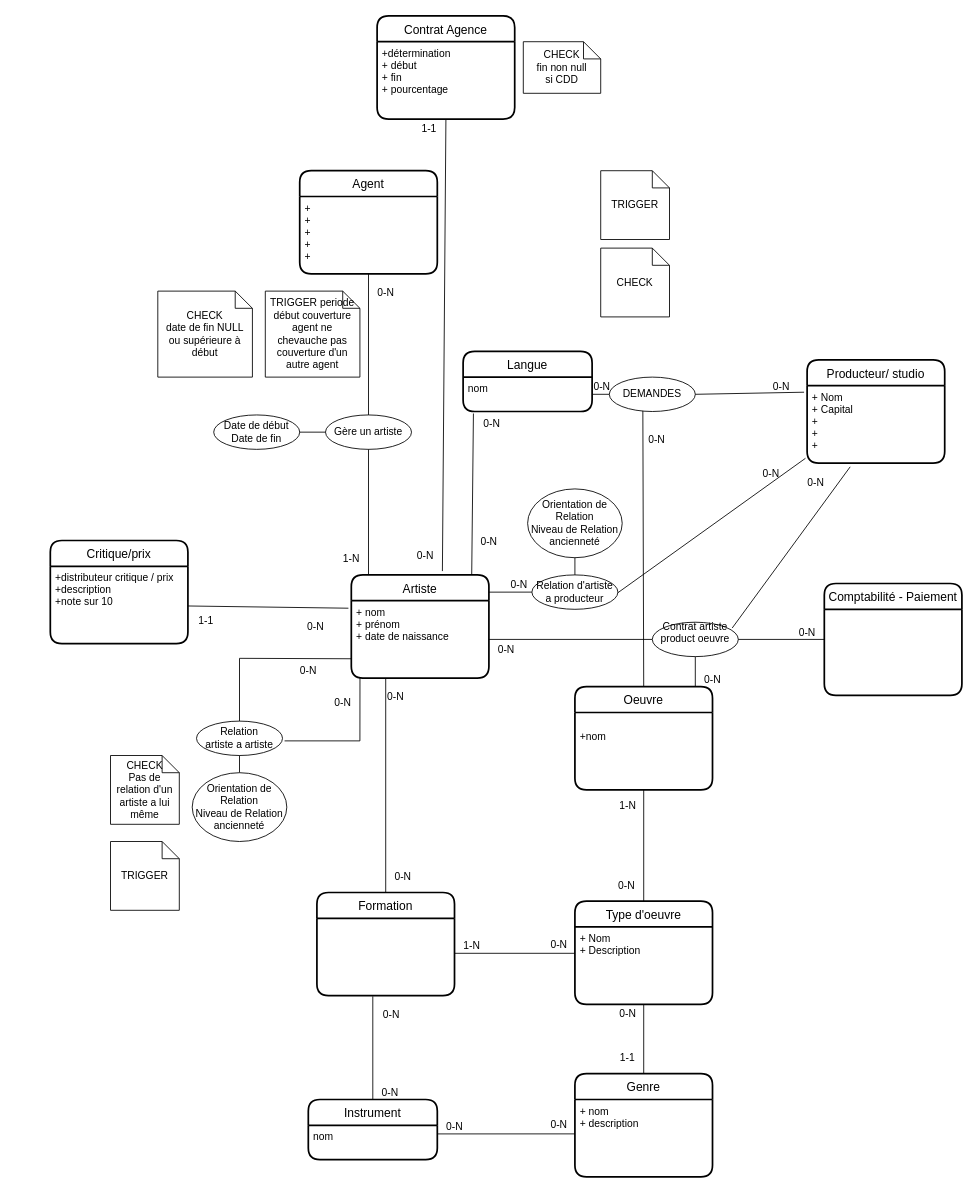
This is modelisation-brouillon.drawio from KevinD-UP/contrartist, a draw.io file, before an edit. Source tidied: cells renumbered, new cells numbered last; positions are measured from the earlier drawing's top-left corner, leaving out a move shared by most shapes. Both pictures are drawn from the tidied source at 86%, with x=0, y=0 at pixel (50, 15).
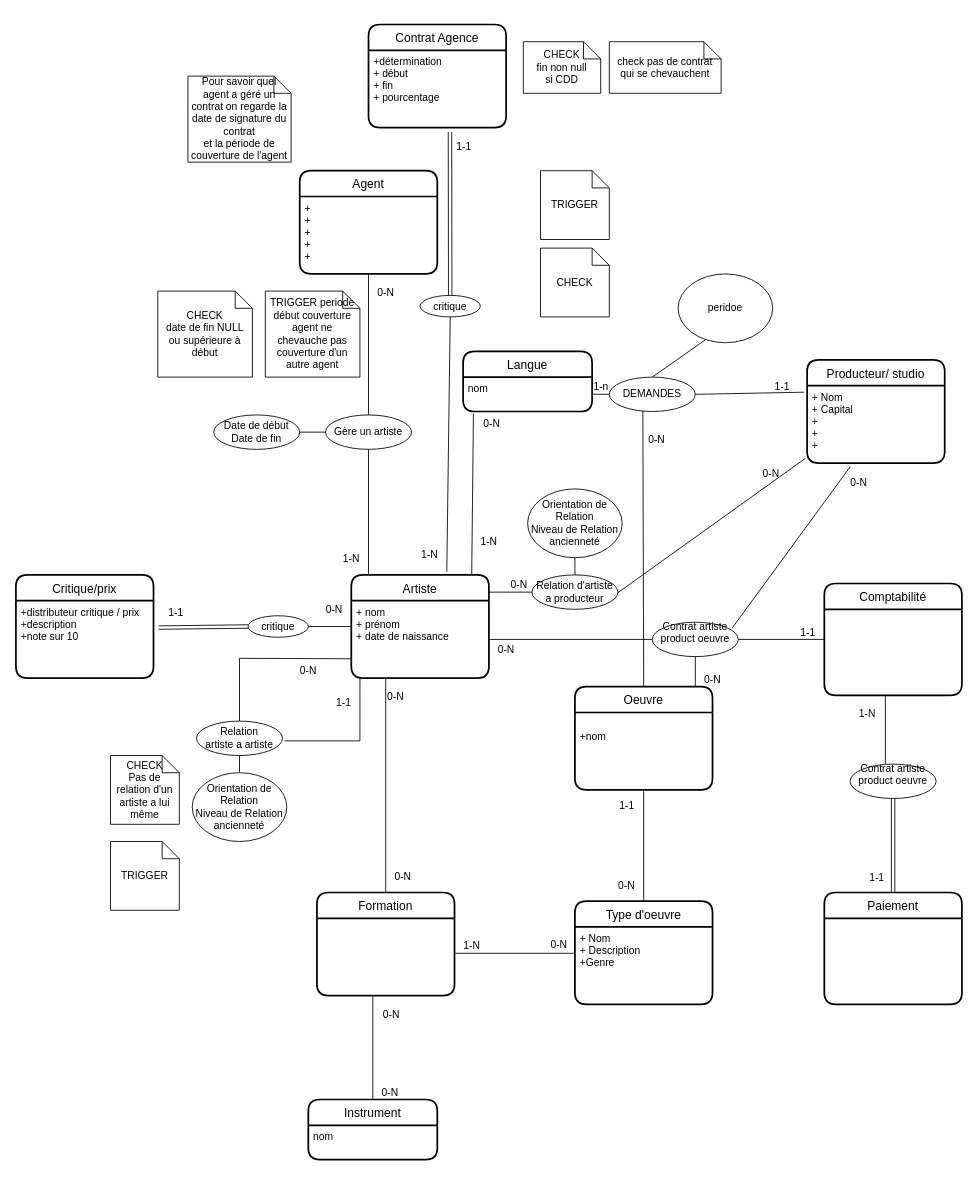
After the change.

Unchanged cells that the change refers to:
```xml
<mxCell id="2" value="Type d'oeuvre" style="swimlane;horizontal=1;startSize=30;rounded=1;fontSize=14;fontStyle=0;strokeWidth=2;shadow=0;dashed=0;align=center;" parent="1" vertex="1">
  <mxGeometry x="610" y="1029.3" width="160" height="120" as="geometry" />
</mxCell>
<mxCell id="9" value="Artiste" style="swimlane;horizontal=1;startSize=30;rounded=1;fontSize=14;fontStyle=0;strokeWidth=2;shadow=0;dashed=0;align=center;" parent="1" vertex="1">
  <mxGeometry x="350" y="650" width="160" height="120" as="geometry" />
</mxCell>
<mxCell id="10" value="+ nom&#10;+ prénom&#10;+ date de naissance&#10;" style="align=left;strokeColor=none;fillColor=none;spacingLeft=4;fontSize=12;verticalAlign=top;" parent="9" vertex="1">
  <mxGeometry y="30" width="160" height="90" as="geometry" />
</mxCell>
<mxCell id="22" style="endArrow=none;html=1;rounded=0;exitX=0.5;exitY=1;exitDx=0;exitDy=0;entryX=0.5;entryY=0;entryDx=0;entryDy=0;" parent="1" edge="1" source="4" target="2">
  <mxGeometry relative="1" as="geometry" />
</mxCell>
<mxCell id="28" value="+distributeur critique / prix&#10;+description  &#10;+note sur 10" style="align=left;strokeColor=none;fillColor=none;spacingLeft=4;fontSize=12;verticalAlign=top;" parent="27" vertex="1">
  <mxGeometry y="30" width="160" height="90" as="geometry" />
</mxCell>
<mxCell id="40" value="nom" style="align=left;strokeColor=none;fillColor=none;spacingLeft=4;fontSize=12;verticalAlign=top;" parent="39" vertex="1">
  <mxGeometry y="30" width="150" height="40" as="geometry" />
</mxCell>
<mxCell id="48" style="endArrow=none;html=1;rounded=0;exitX=0.5;exitY=0;exitDx=0;exitDy=0;entryX=0;entryY=0.75;entryDx=0;entryDy=0;" parent="1" edge="1" source="45" target="10">
  <mxGeometry relative="1" as="geometry">
    <Array as="points">
      <mxPoint x="220" y="747" />
    </Array>
  </mxGeometry>
</mxCell>
<mxCell id="51" value="+détermination&#10;+ début&#10;+ fin&#10;+ pourcentage&#10;" style="align=left;strokeColor=none;fillColor=none;spacingLeft=4;fontSize=12;verticalAlign=top;" parent="50" vertex="1">
  <mxGeometry y="30" width="160" height="90" as="geometry" />
</mxCell>
<mxCell id="59" style="endArrow=none;html=1;rounded=0;entryX=0;entryY=0.5;entryDx=0;entryDy=0;exitX=1;exitY=0.5;exitDx=0;exitDy=0;" parent="1" edge="1" source="55" target="44">
  <mxGeometry relative="1" as="geometry" />
</mxCell>
<mxCell id="61" value="DEMANDES" style="ellipse;whiteSpace=wrap;html=1;align=center;" parent="1" vertex="1">
  <mxGeometry x="650" y="420" width="100" height="40" as="geometry" />
</mxCell>
<mxCell id="62" style="endArrow=none;html=1;rounded=0;exitX=-0.022;exitY=0.084;exitDx=0;exitDy=0;entryX=1;entryY=0.5;entryDx=0;entryDy=0;exitPerimeter=0;" parent="1" edge="1" source="38" target="61">
  <mxGeometry relative="1" as="geometry" />
</mxCell>
<mxCell id="78" style="endArrow=none;html=1;rounded=0;entryX=0.875;entryY=0;entryDx=0;entryDy=0;entryPerimeter=0;exitX=0.08;exitY=1.058;exitDx=0;exitDy=0;exitPerimeter=0;" parent="1" edge="1" source="21" target="9">
  <mxGeometry relative="1" as="geometry" />
</mxCell>
<mxCell id="81" style="endArrow=none;html=1;rounded=0;entryX=0.313;entryY=1.048;entryDx=0;entryDy=0;exitX=0.929;exitY=0.169;exitDx=0;exitDy=0;entryPerimeter=0;exitPerimeter=0;" parent="1" edge="1" source="55" target="38">
  <mxGeometry relative="1" as="geometry" />
</mxCell>
```

What changed in the source:
```diff
@@
-    <mxCell id="3" value="+ Nom&#10;+ Description&#10;" style="align=left;strokeColor=none;fillColor=none;spacingLeft=4;fontSize=12;verticalAlign=top;" parent="2" vertex="1">
+    <mxCell id="3" value="+ Nom&#10;+ Description&#10;+Genre" style="align=left;strokeColor=none;fillColor=none;spacingLeft=4;fontSize=12;verticalAlign=top;" parent="2" vertex="1">
       <mxGeometry y="30" width="160" height="90" as="geometry" />
     </mxCell>
@@
-    <mxCell id="7" value="Genre" style="swimlane;horizontal=1;startSize=30;rounded=1;fontSize=14;fontStyle=0;strokeWidth=2;shadow=0;dashed=0;align=center;" parent="1" vertex="1">
-      <mxGeometry x="610" y="1230" width="160" height="120" as="geometry" />
-    </mxCell>
-    <mxCell id="8" value="+ nom&#10;+ description&#10;" style="align=left;strokeColor=none;fillColor=none;spacingLeft=4;fontSize=12;verticalAlign=top;" parent="7" vertex="1">
-      <mxGeometry y="30" width="160" height="90" as="geometry" />
-    </mxCell>
@@
-    <mxCell id="11" style="endArrow=none;html=1;rounded=0;exitX=0.5;exitY=1;exitDx=0;exitDy=0;entryX=0.5;entryY=0;entryDx=0;entryDy=0;" parent="1" edge="1" source="2" target="7">
-      <mxGeometry relative="1" as="geometry" />
-    </mxCell>
-    <mxCell id="12" value="0-N" style="html=1;align=left;verticalAlign=bottom;" parent="11" vertex="1">
-      <mxGeometry x="-1" relative="1" as="geometry">
-        <mxPoint x="-30" y="20" as="offset" />
-      </mxGeometry>
-    </mxCell>
-    <mxCell id="13" value="1-1" style="html=1;align=right;verticalAlign=bottom;" parent="11" vertex="1">
-      <mxGeometry x="1" relative="1" as="geometry">
-        <mxPoint x="-10" y="-10" as="offset" />
-      </mxGeometry>
-    </mxCell>
@@
-    <mxCell id="23" value="1-N" style="html=1;align=left;verticalAlign=bottom;" parent="22" vertex="1">
+    <mxCell id="23" value="1-1" style="html=1;align=left;verticalAlign=bottom;" parent="22" vertex="1">
       <mxGeometry x="-1" relative="1" as="geometry">
         <mxPoint x="-30" y="27" as="offset" />
       </mxGeometry>
     </mxCell>
@@
     <mxCell id="27" value="Critique/prix" style="swimlane;horizontal=1;startSize=30;rounded=1;fontSize=14;fontStyle=0;strokeWidth=2;shadow=0;dashed=0;align=center;" parent="1" vertex="1">
-      <mxGeometry y="610" width="160" height="120" as="geometry" />
+      <mxGeometry x="-40" y="650" width="160" height="120" as="geometry" />
     </mxCell>
@@
-    <mxCell id="44" value="Comptabilité - Paiement" style="swimlane;horizontal=1;startSize=30;rounded=1;fontSize=14;fontStyle=0;strokeWidth=2;shadow=0;dashed=0;align=center;" parent="1" vertex="1">
+    <mxCell id="44" value="Comptabilité" style="swimlane;horizontal=1;startSize=30;rounded=1;fontSize=14;fontStyle=0;strokeWidth=2;shadow=0;dashed=0;align=center;" parent="1" vertex="1">
       <mxGeometry x="900" y="660" width="160" height="130" as="geometry" />
     </mxCell>
@@
-    <mxCell id="49" value="0-N" style="html=1;align=right;verticalAlign=bottom;" parent="48" vertex="1">
+    <mxCell id="49" value="1-1" style="html=1;align=right;verticalAlign=bottom;" parent="48" vertex="1">
       <mxGeometry x="1" relative="1" as="geometry">
         <mxPoint y="60" as="offset" />
       </mxGeometry>
     </mxCell>
     <mxCell id="50" value="Contrat Agence" style="swimlane;horizontal=1;startSize=30;rounded=1;fontSize=14;fontStyle=0;strokeWidth=2;shadow=0;dashed=0;align=center;" parent="1" vertex="1">
-      <mxGeometry x="380" width="160" height="120" as="geometry" />
+      <mxGeometry x="370" y="10" width="160" height="120" as="geometry" />
     </mxCell>
@@
-    <mxCell id="52" style="endArrow=none;html=1;rounded=0;entryX=0.662;entryY=-0.037;entryDx=0;entryDy=0;exitX=0.5;exitY=1;exitDx=0;exitDy=0;entryPerimeter=0;" parent="1" edge="1" source="51" target="9">
-      <mxGeometry relative="1" as="geometry" />
-    </mxCell>
-    <mxCell id="53" value="1-1" style="html=1;align=left;verticalAlign=bottom;" parent="52" vertex="1">
-      <mxGeometry x="-1" relative="1" as="geometry">
-        <mxPoint x="-30" y="20" as="offset" />
-      </mxGeometry>
-    </mxCell>
-    <mxCell id="54" value="0-N" style="html=1;align=right;verticalAlign=bottom;" parent="52" vertex="1">
-      <mxGeometry x="1" relative="1" as="geometry">
-        <mxPoint x="-10" y="-10" as="offset" />
-      </mxGeometry>
-    </mxCell>
@@
-    <mxCell id="60" value="0-N" style="html=1;align=right;verticalAlign=bottom;" parent="59" vertex="1">
+    <mxCell id="60" value="1-1" style="html=1;align=right;verticalAlign=bottom;" parent="59" vertex="1">
       <mxGeometry x="1" relative="1" as="geometry">
         <mxPoint x="-10" as="offset" />
       </mxGeometry>
     </mxCell>
@@
-    <mxCell id="63" value="0-N" style="html=1;align=right;verticalAlign=bottom;" parent="62" vertex="1">
+    <mxCell id="63" value="1-1" style="html=1;align=right;verticalAlign=bottom;" parent="62" vertex="1">
       <mxGeometry x="1" relative="1" as="geometry">
         <mxPoint x="110" as="offset" />
       </mxGeometry>
     </mxCell>
@@
-    <mxCell id="67" style="endArrow=none;html=1;rounded=0;entryX=1;entryY=0.25;entryDx=0;entryDy=0;exitX=0;exitY=0.444;exitDx=0;exitDy=0;exitPerimeter=0;" parent="1" edge="1" source="8" target="40">
-      <mxGeometry relative="1" as="geometry" />
-    </mxCell>
-    <mxCell id="68" value="0-N" style="html=1;align=left;verticalAlign=bottom;" parent="67" vertex="1">
-      <mxGeometry x="-1" relative="1" as="geometry">
-        <mxPoint x="-30" y="-2" as="offset" />
-      </mxGeometry>
-    </mxCell>
-    <mxCell id="69" value="0-N" style="html=1;align=right;verticalAlign=bottom;" parent="67" vertex="1">
-      <mxGeometry x="1" relative="1" as="geometry">
-        <mxPoint x="30" as="offset" />
-      </mxGeometry>
-    </mxCell>
@@
-    <mxCell id="73" style="endArrow=none;html=1;rounded=0;exitX=-0.021;exitY=0.097;exitDx=0;exitDy=0;exitPerimeter=0;" parent="1" edge="1" source="10" target="28">
-      <mxGeometry relative="1" as="geometry" />
-    </mxCell>
-    <mxCell id="74" value="0-N" style="html=1;align=left;verticalAlign=bottom;" parent="73" vertex="1">
-      <mxGeometry x="-1" relative="1" as="geometry">
-        <mxPoint x="-50" y="30" as="offset" />
-      </mxGeometry>
-    </mxCell>
-    <mxCell id="75" value="1-1" style="html=1;align=right;verticalAlign=bottom;" parent="73" vertex="1">
-      <mxGeometry x="1" relative="1" as="geometry">
-        <mxPoint x="30" y="25" as="offset" />
-      </mxGeometry>
-    </mxCell>
@@
-    <mxCell id="80" value="0-N" style="html=1;align=right;verticalAlign=bottom;" parent="78" vertex="1">
+    <mxCell id="80" value="1-N" style="html=1;align=right;verticalAlign=bottom;" parent="78" vertex="1">
       <mxGeometry x="1" relative="1" as="geometry">
         <mxPoint x="30" y="-30" as="offset" />
       </mxGeometry>
     </mxCell>
@@
     <mxCell id="82" value="0-N" style="html=1;align=right;verticalAlign=bottom;" parent="81" vertex="1">
       <mxGeometry x="1" relative="1" as="geometry">
-        <mxPoint x="-30" y="26" as="offset" />
+        <mxPoint x="20" y="26" as="offset" />
       </mxGeometry>
     </mxCell>
-    <mxCell id="83" value="0-N" style="html=1;align=left;verticalAlign=bottom;direction=south;" parent="1" vertex="1">
+    <mxCell id="83" value="1-n" style="html=1;align=left;verticalAlign=bottom;direction=south;" parent="1" vertex="1">
       <mxGeometry x="630" y="440" as="geometry" />
     </mxCell>
@@
     <mxCell id="86" value="TRIGGER" style="shape=note;size=20;whiteSpace=wrap;html=1;" parent="1" vertex="1">
-      <mxGeometry x="640" y="180" width="80" height="80" as="geometry" />
+      <mxGeometry x="570" y="180" width="80" height="80" as="geometry" />
     </mxCell>
     <mxCell id="87" value="CHECK" style="shape=note;size=20;whiteSpace=wrap;html=1;" parent="1" vertex="1">
-      <mxGeometry x="640" y="270" width="80" height="80" as="geometry" />
+      <mxGeometry x="570" y="270" width="80" height="80" as="geometry" />
     </mxCell>
@@
+    <mxCell id="95" value="&lt;div&gt;Pour savoir quel agent a géré un contrat on regarde la date de signature du contrat&lt;/div&gt;&lt;div&gt;et la période de couverture de l'agent&lt;br&gt;&lt;/div&gt;" style="shape=note;size=20;whiteSpace=wrap;html=1;" parent="1" vertex="1">
+      <mxGeometry x="160" y="70" width="120" height="100" as="geometry" />
+    </mxCell>
+    <mxCell id="96" value="peridoe" style="ellipse;whiteSpace=wrap;html=1;align=center;" parent="1" vertex="1">
+      <mxGeometry x="730" y="300" width="110" height="80" as="geometry" />
+    </mxCell>
+    <mxCell id="97" style="endArrow=none;html=1;rounded=0;entryX=0.293;entryY=0.953;entryDx=0;entryDy=0;exitX=0.5;exitY=0;exitDx=0;exitDy=0;entryPerimeter=0;" parent="1" edge="1" source="61" target="96">
+      <mxGeometry relative="1" as="geometry" />
+    </mxCell>
+    <mxCell id="98" value="check pas de contrat qui se chevauchent" style="shape=note;size=20;whiteSpace=wrap;html=1;" parent="1" vertex="1">
+      <mxGeometry x="650" y="30" width="130" height="60" as="geometry" />
+    </mxCell>
+    <mxCell id="99" value="Paiement" style="swimlane;horizontal=1;startSize=30;rounded=1;fontSize=14;fontStyle=0;strokeWidth=2;shadow=0;dashed=0;align=center;" parent="1" vertex="1">
+      <mxGeometry x="900" y="1019.3" width="160" height="130" as="geometry" />
+    </mxCell>
+    <mxCell id="100" style="endArrow=none;html=1;rounded=0;exitX=0.41;exitY=0;exitDx=0;exitDy=0;exitPerimeter=0;" parent="1" edge="1" source="102">
+      <mxGeometry relative="1" as="geometry">
+        <mxPoint x="971" y="790" as="targetPoint" />
+      </mxGeometry>
+    </mxCell>
+    <mxCell id="101" value="1-N" style="html=1;align=right;verticalAlign=bottom;" parent="100" vertex="1">
+      <mxGeometry x="1" relative="1" as="geometry">
+        <mxPoint x="-11" y="30" as="offset" />
+      </mxGeometry>
+    </mxCell>
+    <mxCell id="102" value="&lt;div&gt;Contrat artiste product oeuvre&lt;/div&gt;&lt;div&gt;&lt;br&gt;&lt;/div&gt;" style="ellipse;whiteSpace=wrap;html=1;align=center;" parent="1" vertex="1">
+      <mxGeometry x="930" y="870" width="100" height="40" as="geometry" />
+    </mxCell>
+    <mxCell id="103" style="shape=link;html=1;rounded=0;exitX=0.5;exitY=1;exitDx=0;exitDy=0;entryX=0.5;entryY=0;entryDx=0;entryDy=0;" parent="1" edge="1" source="102" target="99">
+      <mxGeometry relative="1" as="geometry" />
+    </mxCell>
+    <mxCell id="104" value="1-1" style="html=1;align=right;verticalAlign=bottom;" parent="103" vertex="1">
+      <mxGeometry x="1" relative="1" as="geometry">
+        <mxPoint x="-10" y="-9" as="offset" />
+      </mxGeometry>
+    </mxCell>
+    <mxCell id="105" value="critique" style="ellipse;whiteSpace=wrap;html=1;align=center;" parent="1" vertex="1">
+      <mxGeometry x="230" y="697.5" width="70" height="25" as="geometry" />
+    </mxCell>
+    <mxCell id="106" style="shape=link;html=1;rounded=0;exitX=0;exitY=0.5;exitDx=0;exitDy=0;entryX=1.037;entryY=0.347;entryDx=0;entryDy=0;entryPerimeter=0;" parent="1" edge="1" source="105" target="28">
+      <mxGeometry relative="1" as="geometry" />
+    </mxCell>
+    <mxCell id="107" value="1-1" style="html=1;align=right;verticalAlign=bottom;" parent="106" vertex="1">
+      <mxGeometry x="1" relative="1" as="geometry">
+        <mxPoint x="29" y="-9" as="offset" />
+      </mxGeometry>
+    </mxCell>
+    <mxCell id="108" style="endArrow=none;html=1;rounded=0;exitX=1;exitY=0.5;exitDx=0;exitDy=0;entryX=0;entryY=0.5;entryDx=0;entryDy=0;" parent="1" edge="1" source="105" target="9">
+      <mxGeometry relative="1" as="geometry" />
+    </mxCell>
+    <mxCell id="109" value="0-N" style="html=1;align=right;verticalAlign=bottom;" parent="108" vertex="1">
+      <mxGeometry x="1" relative="1" as="geometry">
+        <mxPoint x="-10" y="-11" as="offset" />
+      </mxGeometry>
+    </mxCell>
+    <mxCell id="110" value="critique" style="ellipse;whiteSpace=wrap;html=1;align=center;" parent="1" vertex="1">
+      <mxGeometry x="430" y="325" width="70" height="25" as="geometry" />
+    </mxCell>
+    <mxCell id="111" style="shape=link;html=1;rounded=0;exitX=0.5;exitY=0;exitDx=0;exitDy=0;entryX=0.592;entryY=1.056;entryDx=0;entryDy=0;entryPerimeter=0;" parent="1" edge="1" source="110" target="51">
+      <mxGeometry relative="1" as="geometry" />
+    </mxCell>
+    <mxCell id="112" value="1-1" style="html=1;align=right;verticalAlign=bottom;" parent="111" vertex="1">
+      <mxGeometry x="1" relative="1" as="geometry">
+        <mxPoint x="25" y="25" as="offset" />
+      </mxGeometry>
+    </mxCell>
+    <mxCell id="113" style="endArrow=none;html=1;rounded=0;exitX=0.5;exitY=1;exitDx=0;exitDy=0;entryX=0.694;entryY=-0.031;entryDx=0;entryDy=0;entryPerimeter=0;" parent="1" edge="1" source="110" target="9">
+      <mxGeometry relative="1" as="geometry" />
+    </mxCell>
+    <mxCell id="114" value="1-N" style="html=1;align=right;verticalAlign=bottom;" parent="113" vertex="1">
+      <mxGeometry x="1" relative="1" as="geometry">
+        <mxPoint x="-10" y="-11" as="offset" />
+      </mxGeometry>
+    </mxCell>
```
